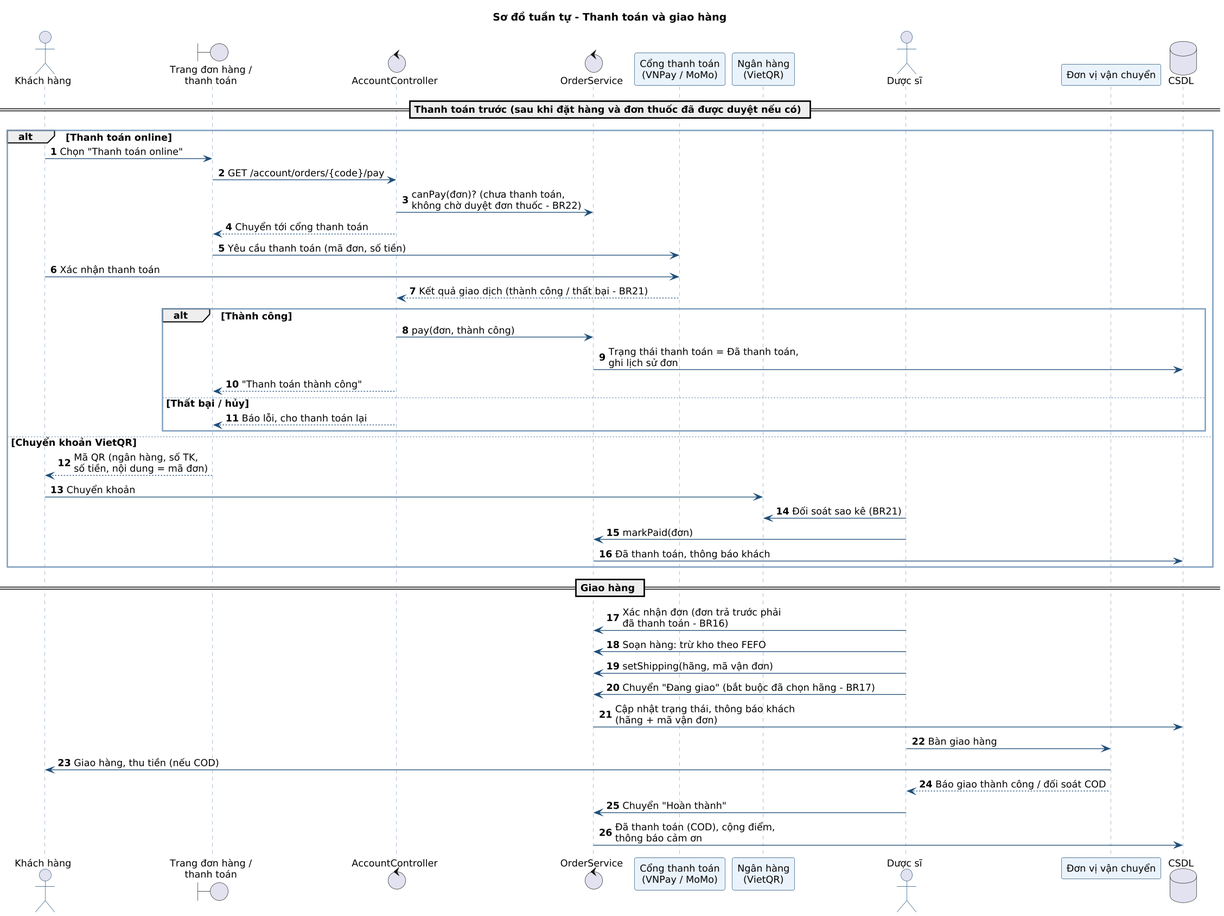
The PlantUML diagram docs/uml/sd-thanh-toan.png in ngocanh82205/Hieuthuoc, before a commit.
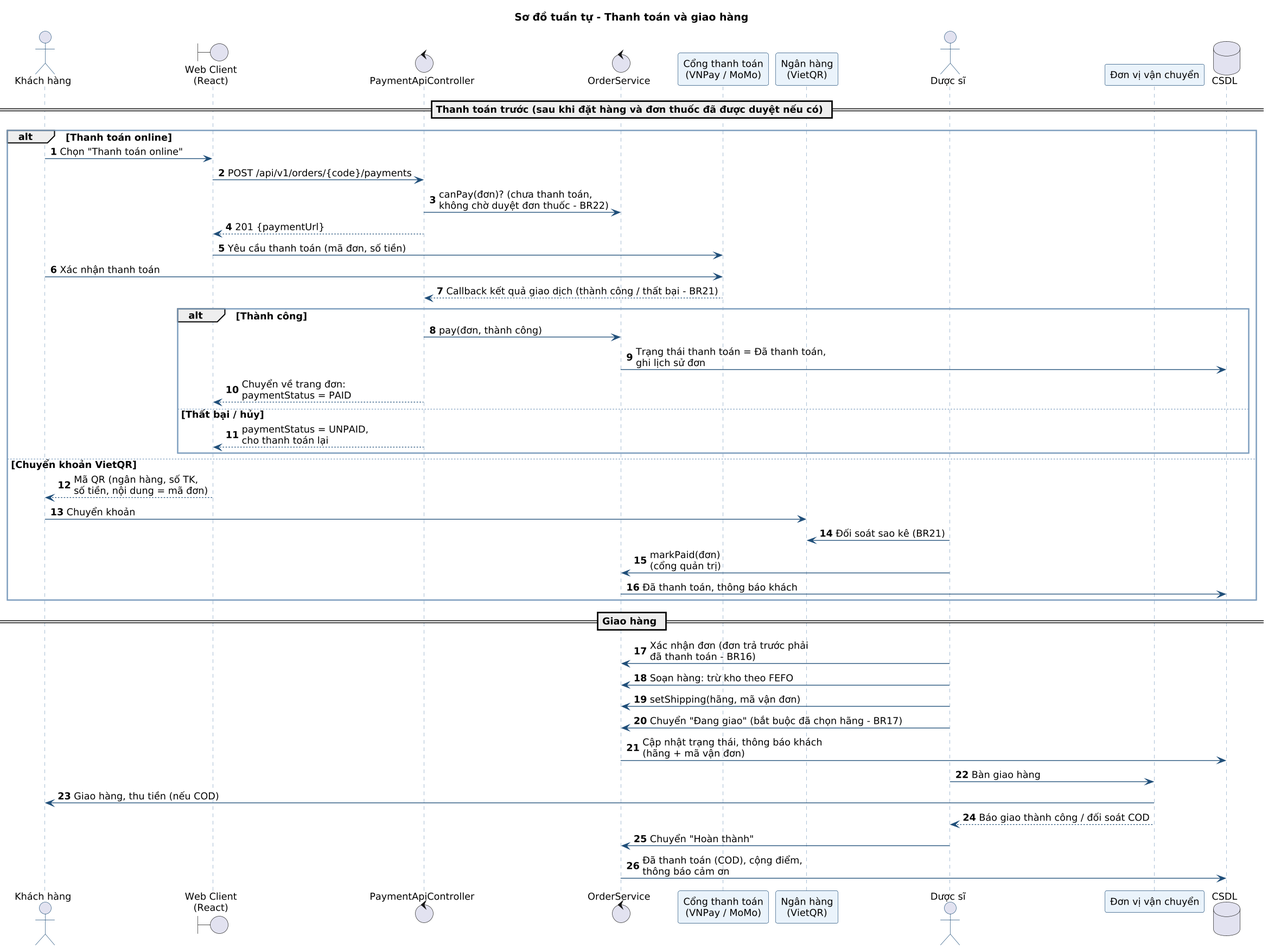
Later version of the same file.

Commit message:
Sơ đồ thiết kế hướng dịch vụ: kiến trúc, ERD, tuần tự qua REST API

Diff of the diagram source:
```diff
@@ -3,8 +3,8 @@
 autonumber
 title Sơ đồ tuần tự - Thanh toán và giao hàng
 actor "Khách hàng" as C
-boundary "Trang đơn hàng /\nthanh toán" as UI
-control "AccountController" as AC
+boundary "Web Client\n(React)" as UI
+control "PaymentApiController" as AC
 control "OrderService" as OS
 participant "Cổng thanh toán\n(VNPay / MoMo)" as PG
 participant "Ngân hàng\n(VietQR)" as BANK
@@ -15,24 +15,24 @@
 == Thanh toán trước (sau khi đặt hàng và đơn thuốc đã được duyệt nếu có) ==
 alt Thanh toán online
   C -> UI : Chọn "Thanh toán online"
-  UI -> AC : GET /account/orders/{code}/pay
+  UI -> AC : POST /api/v1/orders/{code}/payments
   AC -> OS : canPay(đơn)? (chưa thanh toán,\nkhông chờ duyệt đơn thuốc - BR22)
-  AC --> UI : Chuyển tới cổng thanh toán
+  AC --> UI : 201 {paymentUrl}
   UI -> PG : Yêu cầu thanh toán (mã đơn, số tiền)
   C -> PG : Xác nhận thanh toán
-  PG --> AC : Kết quả giao dịch (thành công / thất bại - BR21)
+  PG --> AC : Callback kết quả giao dịch (thành công / thất bại - BR21)
   alt Thành công
     AC -> OS : pay(đơn, thành công)
     OS -> DB : Trạng thái thanh toán = Đã thanh toán,\nghi lịch sử đơn
-    AC --> UI : "Thanh toán thành công"
+    AC --> UI : Chuyển về trang đơn:\npaymentStatus = PAID
   else Thất bại / hủy
-    AC --> UI : Báo lỗi, cho thanh toán lại
+    AC --> UI : paymentStatus = UNPAID,\ncho thanh toán lại
   end
 else Chuyển khoản VietQR
   UI --> C : Mã QR (ngân hàng, số TK,\nsố tiền, nội dung = mã đơn)
   C -> BANK : Chuyển khoản
   P -> BANK : Đối soát sao kê (BR21)
-  P -> OS : markPaid(đơn)
+  P -> OS : markPaid(đơn)\n(cổng quản trị)
   OS -> DB : Đã thanh toán, thông báo khách
 end
 
```
